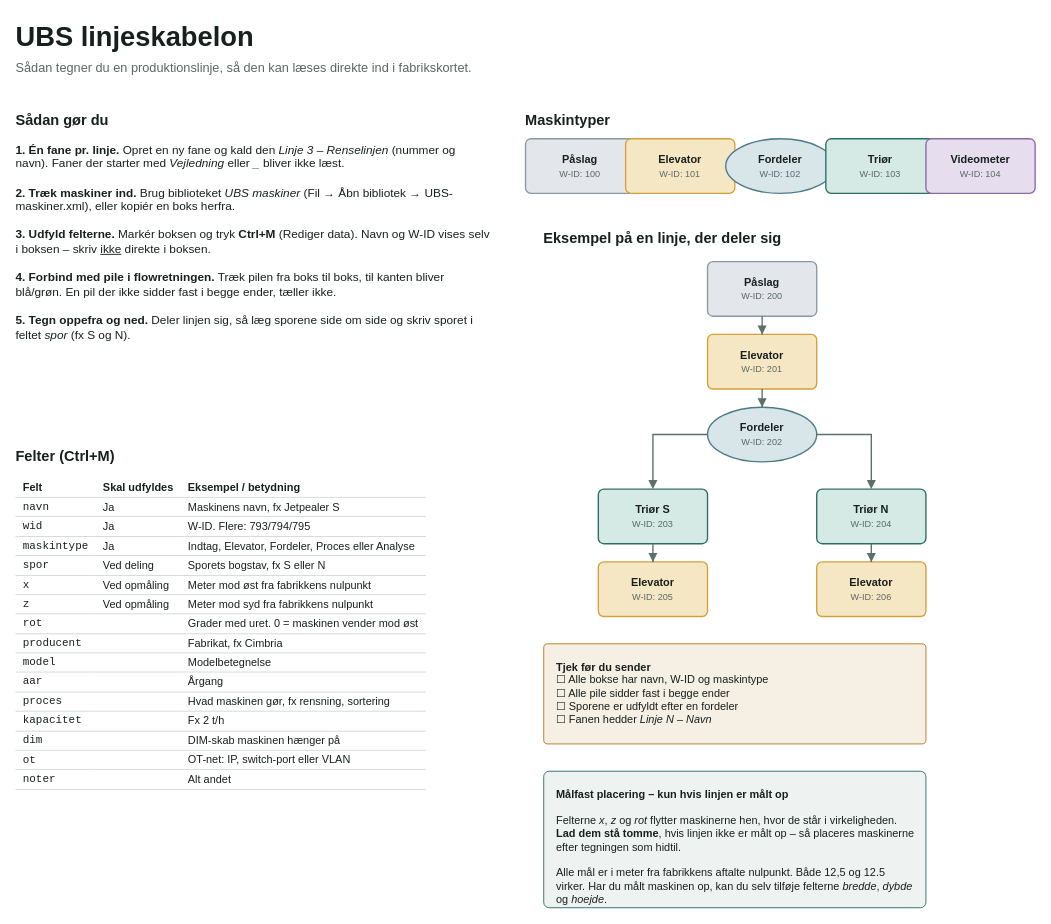
Above: page "Vejledning" (1 of 2) of templates/UBS-linjeskabelon.drawio in MikkelStaehrs/ubshybrid (draw.io), before the change. Source tidied: cells renumbered, new cells numbered last; positions are measured from the earlier drawing's top-left corner, leaving out a move shared by most shapes. Both pictures are drawn from the tidied source at 91%, with x=0, y=0 at pixel (15, 15).
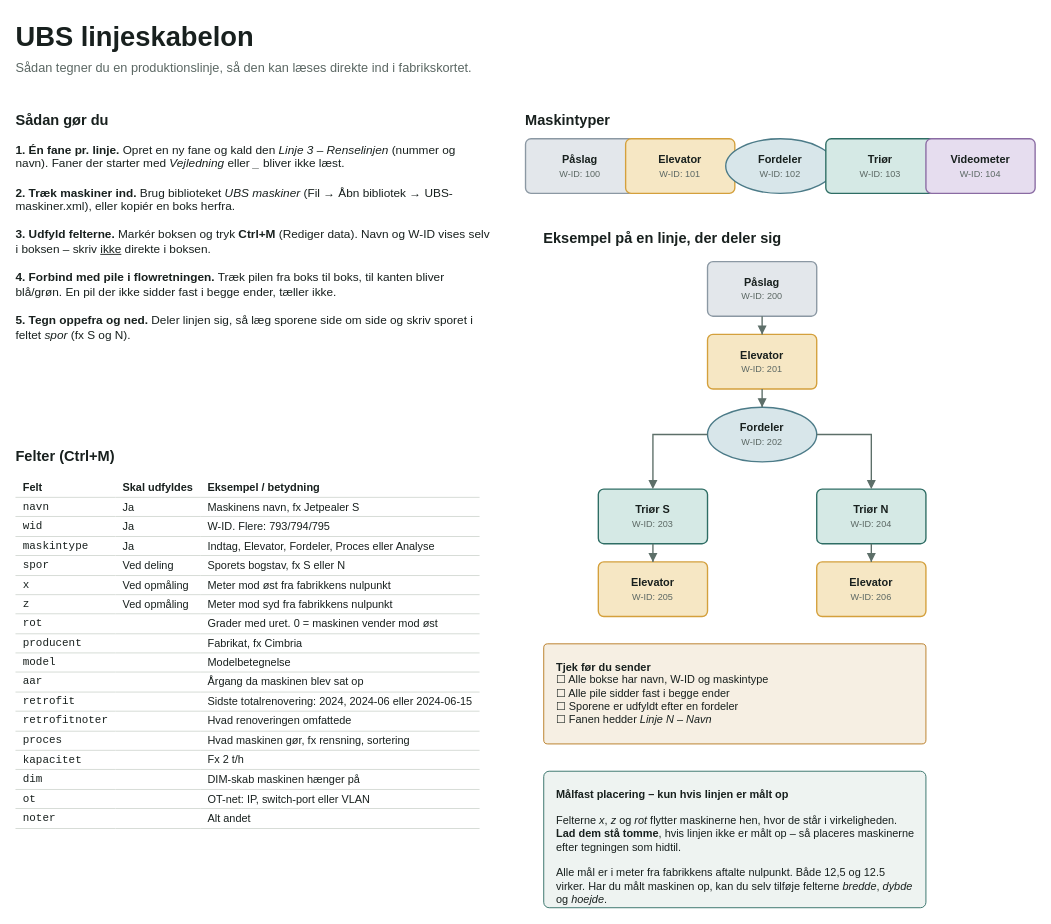
After the change.

Commit message (it also covers changes not shown here):
Retrofit på alt hardware, og producent på CT-scanneren

What changed in the source:
```diff
@@
-    <mxCell id="5" value="&lt;font style=&quot;font-size: 16px;&quot;&gt;&lt;b&gt;Felter (Ctrl+M)&lt;/b&gt;&lt;/font&gt;&lt;br&gt;&lt;br&gt;&lt;table style=&quot;border-collapse:collapse;font-size:12px;width:100%;&quot;&gt;&lt;tr&gt;&lt;td style=&quot;padding:3px 8px;border-bottom:1px solid #D3D9D3;&quot;&gt;&lt;b&gt;Felt&lt;/b&gt;&lt;/td&gt;&lt;td style=&quot;padding:3px 8px;border-bottom:1px solid #D3D9D3;&quot;&gt;&lt;b&gt;Skal udfyldes&lt;/b&gt;&lt;/td&gt;&lt;td style=&quot;padding:3px 8px;border-bottom:1px solid #D3D9D3;&quot;&gt;&lt;b&gt;Eksempel / betydning&lt;/b&gt;&lt;/td&gt;&lt;/tr&gt;&lt;tr&gt;&lt;td style=&quot;padding:3px 8px;border-bottom:1px solid #D3D9D3;font-family:Courier New;&quot;&gt;navn&lt;/td&gt;&lt;td style=&quot;padding:3px 8px;border-bottom:1px solid #D3D9D3;&quot;&gt;Ja&lt;/td&gt;&lt;td style=&quot;padding:3px 8px;border-bottom:1px solid #D3D9D3;&quot;&gt;Maskinens navn, fx Jetpealer S&lt;/td&gt;&lt;/tr&gt;&lt;tr&gt;&lt;td style=&quot;padding:3px 8px;border-bottom:1px solid #D3D9D3;font-family:Courier New;&quot;&gt;wid&lt;/td&gt;&lt;td style=&quot;padding:3px 8px;border-bottom:1px solid #D3D9D3;&quot;&gt;Ja&lt;/td&gt;&lt;td style=&quot;padding:3px 8px;border-bottom:1px solid #D3D9D3;&quot;&gt;W-ID. Flere: 793/794/795&lt;/td&gt;&lt;/tr&gt;&lt;tr&gt;&lt;td style=&quot;padding:3px 8px;border-bottom:1px solid #D3D9D3;font-family:Courier New;&quot;&gt;maskintype&lt;/td&gt;&lt;td style=&quot;padding:3px 8px;border-bottom:1px solid #D3D9D3;&quot;&gt;Ja&lt;/td&gt;&lt;td style=&quot;padding:3px 8px;border-bottom:1px solid #D3D9D3;&quot;&gt;Indtag, Elevator, Fordeler, Proces eller Analyse&lt;/td&gt;&lt;/tr&gt;&lt;tr&gt;&lt;td style=&quot;padding:3px 8px;border-bottom:1px solid #D3D9D3;font-family:Courier New;&quot;&gt;spor&lt;/td&gt;&lt;td style=&quot;padding:3px 8px;border-bottom:1px solid #D3D9D3;&quot;&gt;Ved deling&lt;/td&gt;&lt;td style=&quot;padding:3px 8px;border-bottom:1px solid #D3D9D3;&quot;&gt;Sporets bogstav, fx S eller N&lt;/td&gt;&lt;/tr&gt;&lt;tr&gt;&lt;td style=&quot;padding:3px 8px;border-bottom:1px solid #D3D9D3;font-family:Courier New;&quot;&gt;x&lt;/td&gt;&lt;td style=&quot;padding:3px 8px;border-bottom:1px solid #D3D9D3;&quot;&gt;Ved opmåling&lt;/td&gt;&lt;td style=&quot;padding:3px 8px;border-bottom:1px solid #D3D9D3;&quot;&gt;Meter mod øst fra fabrikkens nulpunkt&lt;/td&gt;&lt;/tr&gt;&lt;tr&gt;&lt;td style=&quot;padding:3px 8px;border-bottom:1px solid #D3D9D3;font-family:Courier New;&quot;&gt;z&lt;/td&gt;&lt;td style=&quot;padding:3px 8px;border-bottom:1px solid #D3D9D3;&quot;&gt;Ved opmåling&lt;/td&gt;&lt;td style=&quot;padding:3px 8px;border-bottom:1px solid #D3D9D3;&quot;&gt;Meter mod syd fra fabrikkens nulpunkt&lt;/td&gt;&lt;/tr&gt;&lt;tr&gt;&lt;td style=&quot;padding:3px 8px;border-bottom:1px solid #D3D9D3;font-family:Courier New;&quot;&gt;rot&lt;/td&gt;&lt;td style=&quot;padding:3px 8px;border-bottom:1px solid #D3D9D3;&quot;&gt;&lt;/td&gt;&lt;td style=&quot;padding:3px 8px;border-bottom:1px solid #D3D9D3;&quot;&gt;Grader med uret. 0 = maskinen vender mod øst&lt;/td&gt;&lt;/tr&gt;&lt;tr&gt;&lt;td style=&quot;padding:3px 8px;border-bottom:1px solid #D3D9D3;font-family:Courier New;&quot;&gt;producent&lt;/td&gt;&lt;td style=&quot;padding:3px 8px;border-bottom:1px solid #D3D9D3;&quot;&gt;&lt;/td&gt;&lt;td style=&quot;padding:3px 8px;border-bottom:1px solid #D3D9D3;&quot;&gt;Fabrikat, fx Cimbria&lt;/td&gt;&lt;/tr&gt;&lt;tr&gt;&lt;td style=&quot;padding:3px 8px;border-bottom:1px solid #D3D9D3;font-family:Courier New;&quot;&gt;model&lt;/td&gt;&lt;td style=&quot;padding:3px 8px;border-bottom:1px solid #D3D9D3;&quot;&gt;&lt;/td&gt;&lt;td style=&quot;padding:3px 8px;border-bottom:1px solid #D3D9D3;&quot;&gt;Modelbetegnelse&lt;/td&gt;&lt;/tr&gt;&lt;tr&gt;&lt;td style=&quot;padding:3px 8px;border-bottom:1px solid #D3D9D3;font-family:Courier New;&quot;&gt;aar&lt;/td&gt;&lt;td style=&quot;padding:3px 8px;border-bottom:1px solid #D3D9D3;&quot;&gt;&lt;/td&gt;&lt;td style=&quot;padding:3px 8px;border-bottom:1px solid #D3D9D3;&quot;&gt;Årgang&lt;/td&gt;&lt;/tr&gt;&lt;tr&gt;&lt;td style=&quot;padding:3px 8px;border-bottom:1px solid #D3D9D3;font-family:Courier New;&quot;&gt;proces&lt;/td&gt;&lt;td style=&quot;padding:3px 8px;border-bottom:1px solid #D3D9D3;&quot;&gt;&lt;/td&gt;&lt;td style=&quot;padding:3px 8px;border-bottom:1px solid #D3D9D3;&quot;&gt;Hvad maskinen gør, fx rensning, sortering&lt;/td&gt;&lt;/tr&gt;&lt;tr&gt;&lt;td style=&quot;padding:3px 8px;border-bottom:1px solid #D3D9D3;font-family:Courier New;&quot;&gt;kapacitet&lt;/td&gt;&lt;td style=&quot;padding:3px 8px;border-bottom:1px solid #D3D9D3;&quot;&gt;&lt;/td&gt;&lt;td style=&quot;padding:3px 8px;border-bottom:1px solid #D3D9D3;&quot;&gt;Fx 2 t/h&lt;/td&gt;&lt;/tr&gt;&lt;tr&gt;&lt;td style=&quot;padding:3px 8px;border-bottom:1px solid #D3D9D3;font-family:Courier New;&quot;&gt;dim&lt;/td&gt;&lt;td style=&quot;padding:3px 8px;border-bottom:1px solid #D3D9D3;&quot;&gt;&lt;/td&gt;&lt;td style=&quot;padding:3px 8px;border-bottom:1px solid #D3D9D3;&quot;&gt;DIM-skab maskinen hænger på&lt;/td&gt;&lt;/tr&gt;&lt;tr&gt;&lt;td style=&quot;padding:3px 8px;border-bottom:1px solid #D3D9D3;font-family:Courier New;&quot;&gt;ot&lt;/td&gt;&lt;td style=&quot;padding:3px 8px;border-bottom:1px solid #D3D9D3;&quot;&gt;&lt;/td&gt;&lt;td style=&quot;padding:3px 8px;border-bottom:1px solid #D3D9D3;&quot;&gt;OT-net: IP, switch-port eller VLAN&lt;/td&gt;&lt;/tr&gt;&lt;tr&gt;&lt;td style=&quot;padding:3px 8px;border-bottom:1px solid #D3D9D3;font-family:Courier New;&quot;&gt;noter&lt;/td&gt;&lt;td style=&quot;padding:3px 8px;border-bottom:1px solid #D3D9D3;&quot;&gt;&lt;/td&gt;&lt;td style=&quot;padding:3px 8px;border-bottom:1px solid #D3D9D3;&quot;&gt;Alt andet&lt;/td&gt;&lt;/tr&gt;&lt;/table&gt;" style="text;html=1;align=left;verticalAlign=top;whiteSpace=wrap;fontFamily=Helvetica;fontColor=#18201E;spacing=0;" parent="1" vertex="1">
-      <mxGeometry y="470" width="520" height="400" as="geometry" />
+    <mxCell id="5" value="&lt;font style=&quot;font-size: 16px;&quot;&gt;&lt;b&gt;Felter (Ctrl+M)&lt;/b&gt;&lt;/font&gt;&lt;br&gt;&lt;br&gt;&lt;table style=&quot;border-collapse:collapse;font-size:12px;width:100%;&quot;&gt;&lt;tr&gt;&lt;td style=&quot;padding:3px 8px;border-bottom:1px solid #D3D9D3;&quot;&gt;&lt;b&gt;Felt&lt;/b&gt;&lt;/td&gt;&lt;td style=&quot;padding:3px 8px;border-bottom:1px solid #D3D9D3;&quot;&gt;&lt;b&gt;Skal udfyldes&lt;/b&gt;&lt;/td&gt;&lt;td style=&quot;padding:3px 8px;border-bottom:1px solid #D3D9D3;&quot;&gt;&lt;b&gt;Eksempel / betydning&lt;/b&gt;&lt;/td&gt;&lt;/tr&gt;&lt;tr&gt;&lt;td style=&quot;padding:3px 8px;border-bottom:1px solid #D3D9D3;font-family:Courier New;&quot;&gt;navn&lt;/td&gt;&lt;td style=&quot;padding:3px 8px;border-bottom:1px solid #D3D9D3;&quot;&gt;Ja&lt;/td&gt;&lt;td style=&quot;padding:3px 8px;border-bottom:1px solid #D3D9D3;&quot;&gt;Maskinens navn, fx Jetpealer S&lt;/td&gt;&lt;/tr&gt;&lt;tr&gt;&lt;td style=&quot;padding:3px 8px;border-bottom:1px solid #D3D9D3;font-family:Courier New;&quot;&gt;wid&lt;/td&gt;&lt;td style=&quot;padding:3px 8px;border-bottom:1px solid #D3D9D3;&quot;&gt;Ja&lt;/td&gt;&lt;td style=&quot;padding:3px 8px;border-bottom:1px solid #D3D9D3;&quot;&gt;W-ID. Flere: 793/794/795&lt;/td&gt;&lt;/tr&gt;&lt;tr&gt;&lt;td style=&quot;padding:3px 8px;border-bottom:1px solid #D3D9D3;font-family:Courier New;&quot;&gt;maskintype&lt;/td&gt;&lt;td style=&quot;padding:3px 8px;border-bottom:1px solid #D3D9D3;&quot;&gt;Ja&lt;/td&gt;&lt;td style=&quot;padding:3px 8px;border-bottom:1px solid #D3D9D3;&quot;&gt;Indtag, Elevator, Fordeler, Proces eller Analyse&lt;/td&gt;&lt;/tr&gt;&lt;tr&gt;&lt;td style=&quot;padding:3px 8px;border-bottom:1px solid #D3D9D3;font-family:Courier New;&quot;&gt;spor&lt;/td&gt;&lt;td style=&quot;padding:3px 8px;border-bottom:1px solid #D3D9D3;&quot;&gt;Ved deling&lt;/td&gt;&lt;td style=&quot;padding:3px 8px;border-bottom:1px solid #D3D9D3;&quot;&gt;Sporets bogstav, fx S eller N&lt;/td&gt;&lt;/tr&gt;&lt;tr&gt;&lt;td style=&quot;padding:3px 8px;border-bottom:1px solid #D3D9D3;font-family:Courier New;&quot;&gt;x&lt;/td&gt;&lt;td style=&quot;padding:3px 8px;border-bottom:1px solid #D3D9D3;&quot;&gt;Ved opmåling&lt;/td&gt;&lt;td style=&quot;padding:3px 8px;border-bottom:1px solid #D3D9D3;&quot;&gt;Meter mod øst fra fabrikkens nulpunkt&lt;/td&gt;&lt;/tr&gt;&lt;tr&gt;&lt;td style=&quot;padding:3px 8px;border-bottom:1px solid #D3D9D3;font-family:Courier New;&quot;&gt;z&lt;/td&gt;&lt;td style=&quot;padding:3px 8px;border-bottom:1px solid #D3D9D3;&quot;&gt;Ved opmåling&lt;/td&gt;&lt;td style=&quot;padding:3px 8px;border-bottom:1px solid #D3D9D3;&quot;&gt;Meter mod syd fra fabrikkens nulpunkt&lt;/td&gt;&lt;/tr&gt;&lt;tr&gt;&lt;td style=&quot;padding:3px 8px;border-bottom:1px solid #D3D9D3;font-family:Courier New;&quot;&gt;rot&lt;/td&gt;&lt;td style=&quot;padding:3px 8px;border-bottom:1px solid #D3D9D3;&quot;&gt;&lt;/td&gt;&lt;td style=&quot;padding:3px 8px;border-bottom:1px solid #D3D9D3;&quot;&gt;Grader med uret. 0 = maskinen vender mod øst&lt;/td&gt;&lt;/tr&gt;&lt;tr&gt;&lt;td style=&quot;padding:3px 8px;border-bottom:1px solid #D3D9D3;font-family:Courier New;&quot;&gt;producent&lt;/td&gt;&lt;td style=&quot;padding:3px 8px;border-bottom:1px solid #D3D9D3;&quot;&gt;&lt;/td&gt;&lt;td style=&quot;padding:3px 8px;border-bottom:1px solid #D3D9D3;&quot;&gt;Fabrikat, fx Cimbria&lt;/td&gt;&lt;/tr&gt;&lt;tr&gt;&lt;td style=&quot;padding:3px 8px;border-bottom:1px solid #D3D9D3;font-family:Courier New;&quot;&gt;model&lt;/td&gt;&lt;td style=&quot;padding:3px 8px;border-bottom:1px solid #D3D9D3;&quot;&gt;&lt;/td&gt;&lt;td style=&quot;padding:3px 8px;border-bottom:1px solid #D3D9D3;&quot;&gt;Modelbetegnelse&lt;/td&gt;&lt;/tr&gt;&lt;tr&gt;&lt;td style=&quot;padding:3px 8px;border-bottom:1px solid #D3D9D3;font-family:Courier New;&quot;&gt;aar&lt;/td&gt;&lt;td style=&quot;padding:3px 8px;border-bottom:1px solid #D3D9D3;&quot;&gt;&lt;/td&gt;&lt;td style=&quot;padding:3px 8px;border-bottom:1px solid #D3D9D3;&quot;&gt;Årgang da maskinen blev sat op&lt;/td&gt;&lt;/tr&gt;&lt;tr&gt;&lt;td style=&quot;padding:3px 8px;border-bottom:1px solid #D3D9D3;font-family:Courier New;&quot;&gt;retrofit&lt;/td&gt;&lt;td style=&quot;padding:3px 8px;border-bottom:1px solid #D3D9D3;&quot;&gt;&lt;/td&gt;&lt;td style=&quot;padding:3px 8px;border-bottom:1px solid #D3D9D3;&quot;&gt;Sidste totalrenovering: 2024, 2024-06 eller 2024-06-15&lt;/td&gt;&lt;/tr&gt;&lt;tr&gt;&lt;td style=&quot;padding:3px 8px;border-bottom:1px solid #D3D9D3;font-family:Courier New;&quot;&gt;retrofitnoter&lt;/td&gt;&lt;td style=&quot;padding:3px 8px;border-bottom:1px solid #D3D9D3;&quot;&gt;&lt;/td&gt;&lt;td style=&quot;padding:3px 8px;border-bottom:1px solid #D3D9D3;&quot;&gt;Hvad renoveringen omfattede&lt;/td&gt;&lt;/tr&gt;&lt;tr&gt;&lt;td style=&quot;padding:3px 8px;border-bottom:1px solid #D3D9D3;font-family:Courier New;&quot;&gt;proces&lt;/td&gt;&lt;td style=&quot;padding:3px 8px;border-bottom:1px solid #D3D9D3;&quot;&gt;&lt;/td&gt;&lt;td style=&quot;padding:3px 8px;border-bottom:1px solid #D3D9D3;&quot;&gt;Hvad maskinen gør, fx rensning, sortering&lt;/td&gt;&lt;/tr&gt;&lt;tr&gt;&lt;td style=&quot;padding:3px 8px;border-bottom:1px solid #D3D9D3;font-family:Courier New;&quot;&gt;kapacitet&lt;/td&gt;&lt;td style=&quot;padding:3px 8px;border-bottom:1px solid #D3D9D3;&quot;&gt;&lt;/td&gt;&lt;td style=&quot;padding:3px 8px;border-bottom:1px solid #D3D9D3;&quot;&gt;Fx 2 t/h&lt;/td&gt;&lt;/tr&gt;&lt;tr&gt;&lt;td style=&quot;padding:3px 8px;border-bottom:1px solid #D3D9D3;font-family:Courier New;&quot;&gt;dim&lt;/td&gt;&lt;td style=&quot;padding:3px 8px;border-bottom:1px solid #D3D9D3;&quot;&gt;&lt;/td&gt;&lt;td style=&quot;padding:3px 8px;border-bottom:1px solid #D3D9D3;&quot;&gt;DIM-skab maskinen hænger på&lt;/td&gt;&lt;/tr&gt;&lt;tr&gt;&lt;td style=&quot;padding:3px 8px;border-bottom:1px solid #D3D9D3;font-family:Courier New;&quot;&gt;ot&lt;/td&gt;&lt;td style=&quot;padding:3px 8px;border-bottom:1px solid #D3D9D3;&quot;&gt;&lt;/td&gt;&lt;td style=&quot;padding:3px 8px;border-bottom:1px solid #D3D9D3;&quot;&gt;OT-net: IP, switch-port eller VLAN&lt;/td&gt;&lt;/tr&gt;&lt;tr&gt;&lt;td style=&quot;padding:3px 8px;border-bottom:1px solid #D3D9D3;font-family:Courier New;&quot;&gt;noter&lt;/td&gt;&lt;td style=&quot;padding:3px 8px;border-bottom:1px solid #D3D9D3;&quot;&gt;&lt;/td&gt;&lt;td style=&quot;padding:3px 8px;border-bottom:1px solid #D3D9D3;&quot;&gt;Alt andet&lt;/td&gt;&lt;/tr&gt;&lt;/table&gt;" style="text;html=1;align=left;verticalAlign=top;whiteSpace=wrap;fontFamily=Helvetica;fontColor=#18201E;spacing=0;" parent="1" vertex="1">
+      <mxGeometry y="470" width="520" height="450" as="geometry" />
     </mxCell>
```
